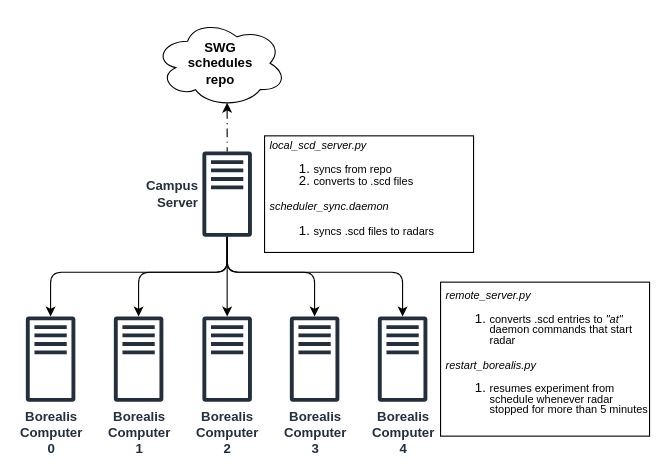
Before: docs/source/img/scheduling/scheduling.drawio in SuperDARNCanada/borealis, a draw.io diagram. Source tidied: cells renumbered, new cells numbered last; positions are measured from the earlier drawing's top-left corner, leaving out a move shared by most shapes. Both pictures are drawn from the tidied source at 110%, with x=0, y=0 at pixel (25, 19).
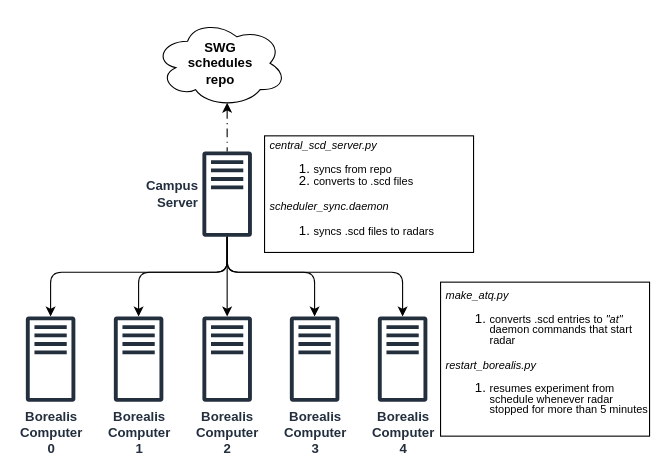
The same diagram, later.

What changed in the source:
```diff
@@
-    <mxCell id="15" value="&lt;div style=&quot;line-height: 90%;&quot;&gt;&lt;div&gt;&lt;div&gt;&lt;font style=&quot;font-size: 10px; line-height: 90%;&quot;&gt;&lt;i&gt;local_scd_server.py&lt;/i&gt;&lt;/font&gt;&lt;/div&gt;&lt;div&gt;&lt;ol&gt;&lt;li&gt;&lt;font style=&quot;font-size: 10px; line-height: 90%;&quot;&gt;syncs from repo&lt;/font&gt;&lt;/li&gt;&lt;li&gt;&lt;font style=&quot;font-size: 10px; line-height: 90%;&quot;&gt;converts to .scd files&lt;/font&gt;&lt;/li&gt;&lt;/ol&gt;&lt;div&gt;&lt;font style=&quot;font-size: 10px; line-height: 90%;&quot;&gt;&lt;i&gt;scheduler_sync.daemon&lt;/i&gt;&lt;br&gt;&lt;/font&gt;&lt;/div&gt;&lt;ol&gt;&lt;li&gt;&lt;font style=&quot;font-size: 10px; line-height: 90%;&quot;&gt;syncs .scd files to radars&lt;br&gt;&lt;/font&gt;&lt;/li&gt;&lt;/ol&gt;&lt;/div&gt;&lt;/div&gt;&lt;/div&gt;" style="text;html=1;whiteSpace=wrap;strokeColor=default;fillColor=none;align=left;verticalAlign=middle;rounded=0;labelBorderColor=none;spacingLeft=3;perimeterSpacing=0;" parent="1" vertex="1">
+    <mxCell id="15" value="&lt;div style=&quot;line-height: 90%;&quot;&gt;&lt;div&gt;&lt;div&gt;&lt;font style=&quot;font-size: 10px; line-height: 90%;&quot;&gt;&lt;i&gt;central_scd_server.py&lt;/i&gt;&lt;/font&gt;&lt;/div&gt;&lt;div&gt;&lt;ol&gt;&lt;li&gt;&lt;font style=&quot;font-size: 10px; line-height: 90%;&quot;&gt;syncs from repo&lt;/font&gt;&lt;/li&gt;&lt;li&gt;&lt;font style=&quot;font-size: 10px; line-height: 90%;&quot;&gt;converts to .scd files&lt;/font&gt;&lt;/li&gt;&lt;/ol&gt;&lt;div&gt;&lt;font style=&quot;font-size: 10px; line-height: 90%;&quot;&gt;&lt;i&gt;scheduler_sync.daemon&lt;/i&gt;&lt;br&gt;&lt;/font&gt;&lt;/div&gt;&lt;ol&gt;&lt;li&gt;&lt;font style=&quot;font-size: 10px; line-height: 90%;&quot;&gt;syncs .scd files to radars&lt;br&gt;&lt;/font&gt;&lt;/li&gt;&lt;/ol&gt;&lt;/div&gt;&lt;/div&gt;&lt;/div&gt;" style="text;html=1;whiteSpace=wrap;strokeColor=default;fillColor=none;align=left;verticalAlign=middle;rounded=0;labelBorderColor=none;spacingLeft=3;perimeterSpacing=0;" parent="1" vertex="1">
       <mxGeometry x="217" y="106" width="190" height="106" as="geometry" />
     </mxCell>
-    <mxCell id="16" value="&lt;div style=&quot;line-height: 80%;&quot;&gt;&lt;div&gt;&lt;div&gt;&lt;font style=&quot;font-size: 10px; line-height: 80%;&quot;&gt;&lt;i&gt;remote_server.py&lt;/i&gt;&lt;/font&gt;&lt;/div&gt;&lt;div&gt;&lt;ol&gt;&lt;li&gt;&lt;font style=&quot;font-size: 10px; line-height: 80%;&quot;&gt;converts .scd entries to &lt;i&gt;&quot;at&quot;&lt;/i&gt; daemon commands that start radar&lt;br&gt;&lt;/font&gt;&lt;/li&gt;&lt;/ol&gt;&lt;div&gt;&lt;font style=&quot;font-size: 10px; line-height: 80%;&quot;&gt;&lt;i&gt;restart_borealis.py&lt;/i&gt;&lt;/font&gt;&lt;/div&gt;&lt;div&gt;&lt;ol&gt;&lt;li&gt;&lt;font style=&quot;font-size: 10px; line-height: 80%;&quot;&gt;resumes experiment from schedule whenever radar stopped for more than 5 minutes&lt;br&gt;&lt;/font&gt;&lt;/li&gt;&lt;/ol&gt;&lt;/div&gt;&lt;/div&gt;&lt;/div&gt;&lt;/div&gt;" style="text;html=1;whiteSpace=wrap;strokeColor=default;fillColor=none;align=left;verticalAlign=middle;rounded=0;labelBorderColor=none;spacingLeft=3;perimeterSpacing=0;" parent="1" vertex="1">
+    <mxCell id="16" value="&lt;div style=&quot;line-height: 80%;&quot;&gt;&lt;div&gt;&lt;div&gt;&lt;font style=&quot;font-size: 10px; line-height: 80%;&quot;&gt;&lt;i&gt;make_atq.py&lt;/i&gt;&lt;/font&gt;&lt;/div&gt;&lt;div&gt;&lt;ol&gt;&lt;li&gt;&lt;font style=&quot;font-size: 10px; line-height: 80%;&quot;&gt;converts .scd entries to &lt;i&gt;&quot;at&quot;&lt;/i&gt; daemon commands that start radar&lt;br&gt;&lt;/font&gt;&lt;/li&gt;&lt;/ol&gt;&lt;div&gt;&lt;font style=&quot;font-size: 10px; line-height: 80%;&quot;&gt;&lt;i&gt;restart_borealis.py&lt;/i&gt;&lt;/font&gt;&lt;/div&gt;&lt;div&gt;&lt;ol&gt;&lt;li&gt;&lt;font style=&quot;font-size: 10px; line-height: 80%;&quot;&gt;resumes experiment from schedule whenever radar stopped for more than 5 minutes&lt;br&gt;&lt;/font&gt;&lt;/li&gt;&lt;/ol&gt;&lt;/div&gt;&lt;/div&gt;&lt;/div&gt;&lt;/div&gt;" style="text;html=1;whiteSpace=wrap;strokeColor=default;fillColor=none;align=left;verticalAlign=middle;rounded=0;labelBorderColor=none;spacingLeft=3;perimeterSpacing=0;" parent="1" vertex="1">
       <mxGeometry x="377" y="239" width="190" height="140" as="geometry" />
     </mxCell>
```
